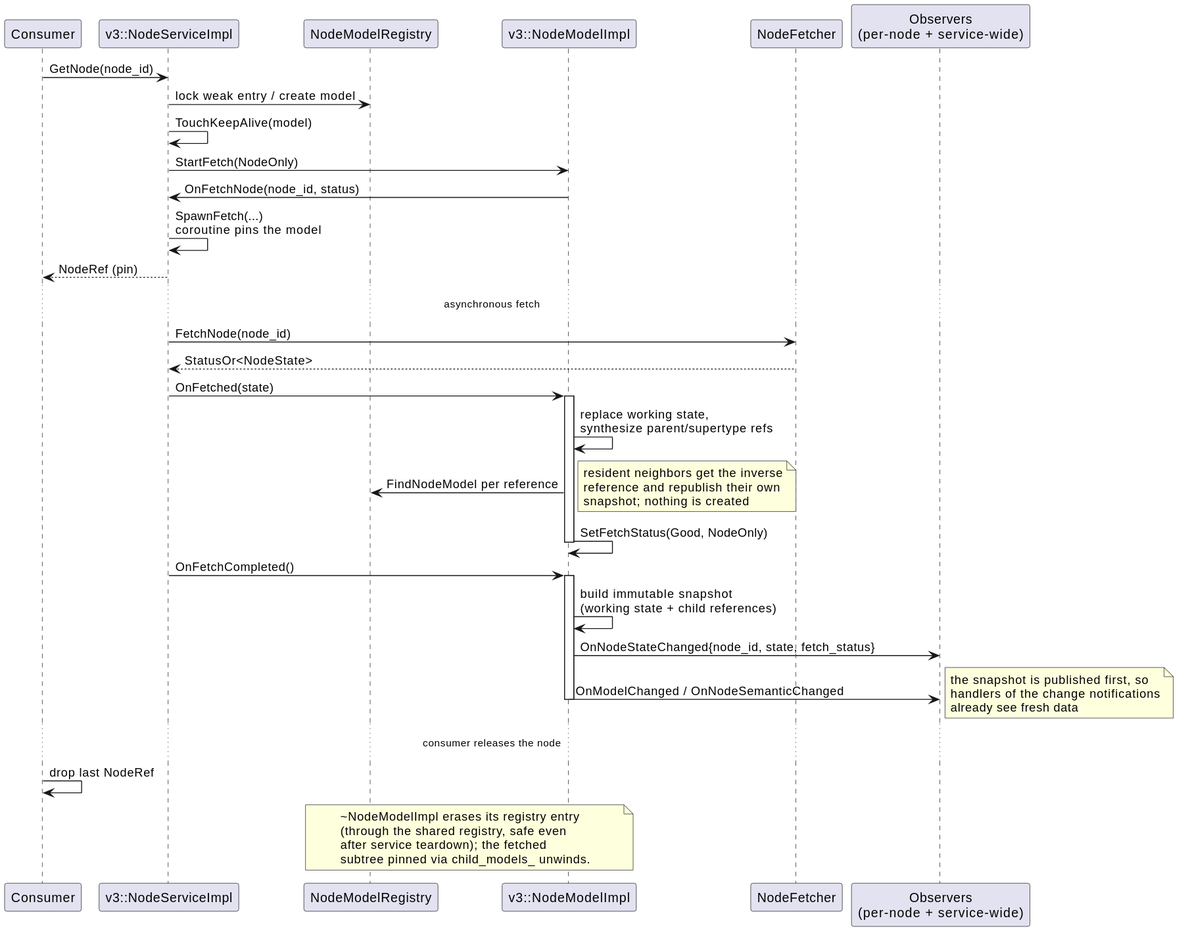
Earlier version of the PlantUML export docs/diagrams/node_service_fetch_sequence.svg (alexsmn/scada-common).
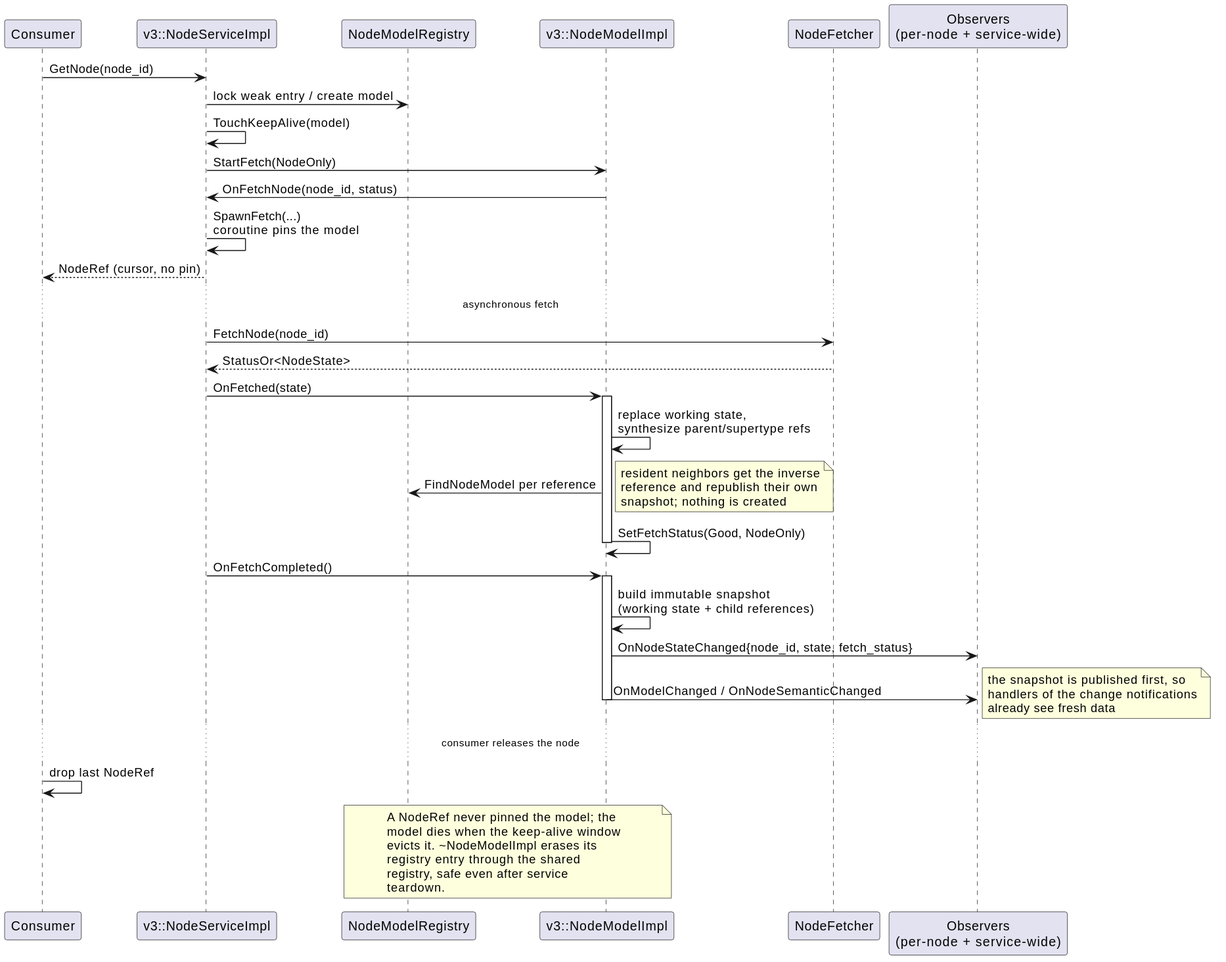
After the change.

The edit, as a diff of the source:
```diff
@@ -15,7 +15,7 @@
 Service -> Model : StartFetch(NodeOnly)
 Model -> Service : OnFetchNode(node_id, status)
 Service -> Service : SpawnFetch(...)\ncoroutine pins the model
-Service --> Consumer : NodeRef (pin)
+Service --> Consumer : NodeRef (cursor, no pin)
 
 ... asynchronous fetch ...
 
@@ -40,9 +40,11 @@
 
 Consumer -> Consumer : drop last NodeRef
 note over Model, Registry
-  ~NodeModelImpl erases its registry entry
-  (through the shared registry, safe even
-  after service teardown); the fetched
-  subtree pinned via child_models_ unwinds.
+  A NodeRef never pinned the model; the
+  model dies when the keep-alive window
+  evicts it. ~NodeModelImpl erases its
+  registry entry through the shared
+  registry, safe even after service
+  teardown.
 end note
 @enduml
```
